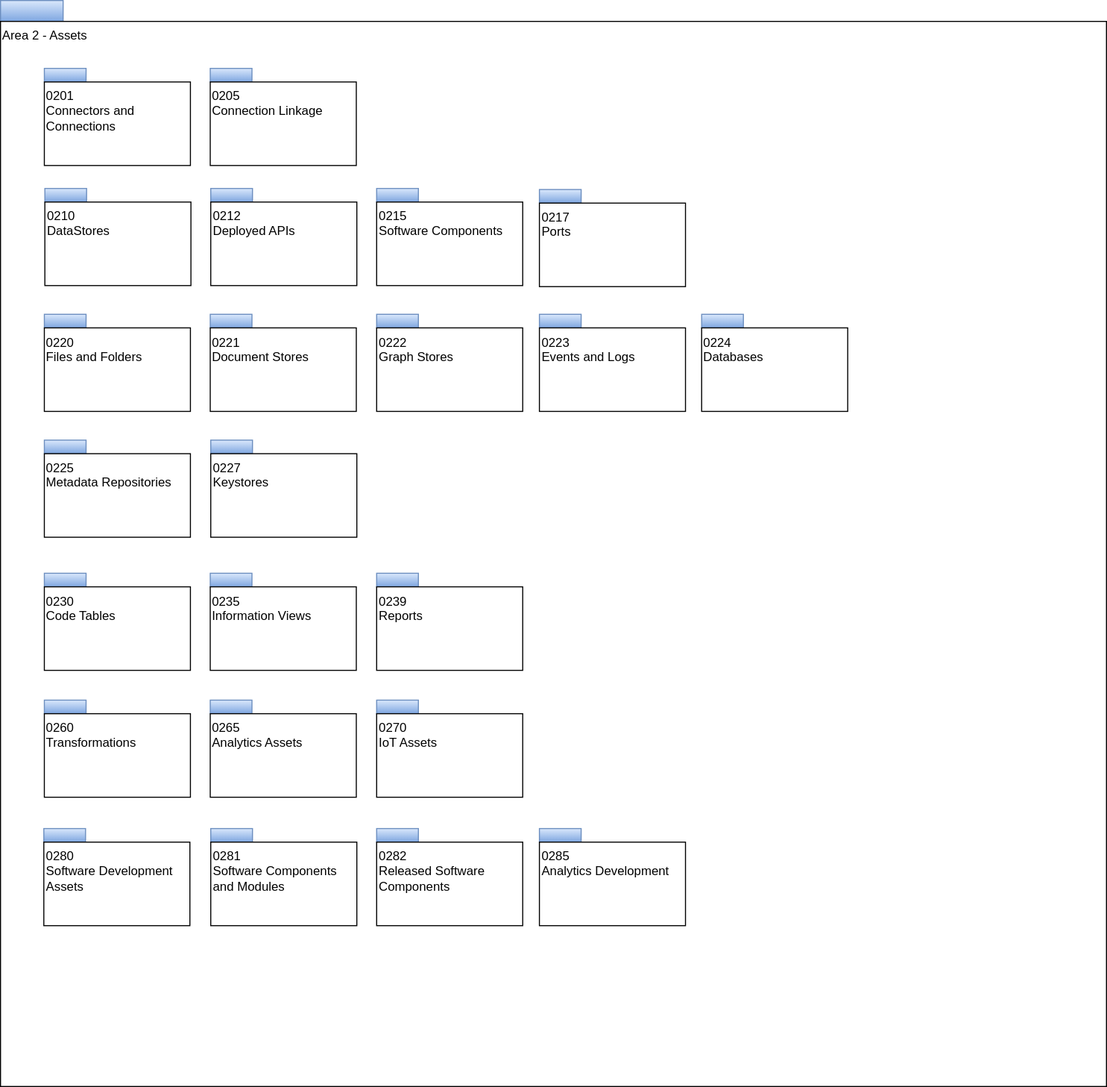
The draw.io diagram site/docs/types/2/area-2-assets-overview.svg in odpi/egeria-docs, before a commit. Source tidied: cells renumbered, new cells last; positions are measured from the earlier drawing's top-left corner, leaving out a move shared by most shapes. Its diagram source:
```xml
<mxGraphModel>
  <root>
    <mxCell id="0" />
    <mxCell id="1" parent="0" />
    <mxCell id="2" style="rounded=0;whiteSpace=wrap;html=1;align=left;fillColor=#dae8fc;strokeColor=#6c8ebf;gradientColor=#7ea6e0;" parent="1" vertex="1">
      <mxGeometry width="60" height="20" as="geometry" />
    </mxCell>
    <mxCell id="3" value="Area 2 - Assets" style="rounded=0;whiteSpace=wrap;html=1;align=left;verticalAlign=top;" parent="1" vertex="1">
      <mxGeometry y="20" width="1060" height="1020" as="geometry" />
    </mxCell>
    <mxCell id="4" style="rounded=0;whiteSpace=wrap;html=1;align=left;fillColor=#dae8fc;strokeColor=#6c8ebf;gradientColor=#7ea6e0;" parent="1" vertex="1">
      <mxGeometry x="42" y="65" width="40" height="13" as="geometry" />
    </mxCell>
    <mxCell id="5" value="0201&lt;br&gt;Connectors and Connections" style="rounded=0;whiteSpace=wrap;html=1;align=left;verticalAlign=top;" parent="1" vertex="1">
      <mxGeometry x="42" y="78" width="140" height="80" as="geometry" />
    </mxCell>
    <mxCell id="6" style="rounded=0;whiteSpace=wrap;html=1;align=left;fillColor=#dae8fc;strokeColor=#6c8ebf;gradientColor=#7ea6e0;" parent="1" vertex="1">
      <mxGeometry x="201" y="65" width="40" height="13" as="geometry" />
    </mxCell>
    <mxCell id="7" value="0205&lt;br&gt;Connection Linkage" style="rounded=0;whiteSpace=wrap;html=1;align=left;verticalAlign=top;" parent="1" vertex="1">
      <mxGeometry x="201" y="78" width="140" height="80" as="geometry" />
    </mxCell>
    <mxCell id="8" style="rounded=0;whiteSpace=wrap;html=1;align=left;fillColor=#dae8fc;strokeColor=#6c8ebf;gradientColor=#7ea6e0;" parent="1" vertex="1">
      <mxGeometry x="360.5" y="180" width="40" height="13" as="geometry" />
    </mxCell>
    <mxCell id="9" value="0215&lt;br&gt;Software Components&lt;br&gt;" style="rounded=0;whiteSpace=wrap;html=1;align=left;verticalAlign=top;" parent="1" vertex="1">
      <mxGeometry x="360.5" y="193" width="140" height="80" as="geometry" />
    </mxCell>
    <mxCell id="10" style="rounded=0;whiteSpace=wrap;html=1;align=left;fillColor=#dae8fc;strokeColor=#6c8ebf;gradientColor=#7ea6e0;" parent="1" vertex="1">
      <mxGeometry x="516.5" y="181" width="40" height="13" as="geometry" />
    </mxCell>
    <mxCell id="11" value="0217&lt;br&gt;Ports" style="rounded=0;whiteSpace=wrap;html=1;align=left;verticalAlign=top;" parent="1" vertex="1">
      <mxGeometry x="516.5" y="194" width="140" height="80" as="geometry" />
    </mxCell>
    <mxCell id="12" style="rounded=0;whiteSpace=wrap;html=1;align=left;fillColor=#dae8fc;strokeColor=#6c8ebf;gradientColor=#7ea6e0;" parent="1" vertex="1">
      <mxGeometry x="42.5" y="180" width="40" height="13" as="geometry" />
    </mxCell>
    <mxCell id="13" value="0210&lt;br&gt;DataStores&lt;br&gt;" style="rounded=0;whiteSpace=wrap;html=1;align=left;verticalAlign=top;" parent="1" vertex="1">
      <mxGeometry x="42.5" y="193" width="140" height="80" as="geometry" />
    </mxCell>
    <mxCell id="14" style="rounded=0;whiteSpace=wrap;html=1;align=left;fillColor=#dae8fc;strokeColor=#6c8ebf;gradientColor=#7ea6e0;" parent="1" vertex="1">
      <mxGeometry x="201.5" y="180" width="40" height="13" as="geometry" />
    </mxCell>
    <mxCell id="15" value="0212&lt;br&gt;Deployed APIs&lt;br&gt;" style="rounded=0;whiteSpace=wrap;html=1;align=left;verticalAlign=top;" parent="1" vertex="1">
      <mxGeometry x="201.5" y="193" width="140" height="80" as="geometry" />
    </mxCell>
    <mxCell id="16" style="rounded=0;whiteSpace=wrap;html=1;align=left;fillColor=#dae8fc;strokeColor=#6c8ebf;gradientColor=#7ea6e0;" parent="1" vertex="1">
      <mxGeometry x="201" y="300.5" width="40" height="13" as="geometry" />
    </mxCell>
    <mxCell id="17" value="0221&lt;br&gt;Document Stores&lt;br&gt;" style="rounded=0;whiteSpace=wrap;html=1;align=left;verticalAlign=top;" parent="1" vertex="1">
      <mxGeometry x="201" y="313.5" width="140" height="80" as="geometry" />
    </mxCell>
    <mxCell id="18" style="rounded=0;whiteSpace=wrap;html=1;align=left;fillColor=#dae8fc;strokeColor=#6c8ebf;gradientColor=#7ea6e0;" parent="1" vertex="1">
      <mxGeometry x="42" y="421" width="40" height="13" as="geometry" />
    </mxCell>
    <mxCell id="19" value="0225&lt;br&gt;Metadata Repositories&lt;br&gt;" style="rounded=0;whiteSpace=wrap;html=1;align=left;verticalAlign=top;" parent="1" vertex="1">
      <mxGeometry x="42" y="434" width="140" height="80" as="geometry" />
    </mxCell>
    <mxCell id="20" style="rounded=0;whiteSpace=wrap;html=1;align=left;fillColor=#dae8fc;strokeColor=#6c8ebf;gradientColor=#7ea6e0;" parent="1" vertex="1">
      <mxGeometry x="201.5" y="421" width="40" height="13" as="geometry" />
    </mxCell>
    <mxCell id="21" value="0227&lt;br&gt;Keystores&lt;br&gt;" style="rounded=0;whiteSpace=wrap;html=1;align=left;verticalAlign=top;" parent="1" vertex="1">
      <mxGeometry x="201.5" y="434" width="140" height="80" as="geometry" />
    </mxCell>
    <mxCell id="22" style="rounded=0;whiteSpace=wrap;html=1;align=left;fillColor=#dae8fc;strokeColor=#6c8ebf;gradientColor=#7ea6e0;" parent="1" vertex="1">
      <mxGeometry x="360.5" y="300.5" width="40" height="13" as="geometry" />
    </mxCell>
    <mxCell id="23" value="0222&lt;br&gt;Graph Stores&lt;br&gt;" style="rounded=0;whiteSpace=wrap;html=1;align=left;verticalAlign=top;" parent="1" vertex="1">
      <mxGeometry x="360.5" y="313.5" width="140" height="80" as="geometry" />
    </mxCell>
    <mxCell id="24" style="rounded=0;whiteSpace=wrap;html=1;align=left;fillColor=#dae8fc;strokeColor=#6c8ebf;gradientColor=#7ea6e0;" parent="1" vertex="1">
      <mxGeometry x="516.5" y="300.5" width="40" height="13" as="geometry" />
    </mxCell>
    <mxCell id="25" value="0223&lt;br&gt;Events and Logs&lt;br&gt;" style="rounded=0;whiteSpace=wrap;html=1;align=left;verticalAlign=top;" parent="1" vertex="1">
      <mxGeometry x="516.5" y="313.5" width="140" height="80" as="geometry" />
    </mxCell>
    <mxCell id="26" style="rounded=0;whiteSpace=wrap;html=1;align=left;fillColor=#dae8fc;strokeColor=#6c8ebf;gradientColor=#7ea6e0;" parent="1" vertex="1">
      <mxGeometry x="42" y="548.5" width="40" height="13" as="geometry" />
    </mxCell>
    <mxCell id="27" value="0230&lt;br&gt;Code Tables&lt;br&gt;" style="rounded=0;whiteSpace=wrap;html=1;align=left;verticalAlign=top;" parent="1" vertex="1">
      <mxGeometry x="42" y="561.5" width="140" height="80" as="geometry" />
    </mxCell>
    <mxCell id="28" style="rounded=0;whiteSpace=wrap;html=1;align=left;fillColor=#dae8fc;strokeColor=#6c8ebf;gradientColor=#7ea6e0;" parent="1" vertex="1">
      <mxGeometry x="201" y="548.5" width="40" height="13" as="geometry" />
    </mxCell>
    <mxCell id="29" value="0235&lt;br&gt;Information Views&lt;br&gt;" style="rounded=0;whiteSpace=wrap;html=1;align=left;verticalAlign=top;" parent="1" vertex="1">
      <mxGeometry x="201" y="561.5" width="140" height="80" as="geometry" />
    </mxCell>
    <mxCell id="30" style="rounded=0;whiteSpace=wrap;html=1;align=left;fillColor=#dae8fc;strokeColor=#6c8ebf;gradientColor=#7ea6e0;" parent="1" vertex="1">
      <mxGeometry x="672" y="300.5" width="40" height="13" as="geometry" />
    </mxCell>
    <mxCell id="31" value="0224&lt;br&gt;Databases&lt;br&gt;" style="rounded=0;whiteSpace=wrap;html=1;align=left;verticalAlign=top;" parent="1" vertex="1">
      <mxGeometry x="672" y="313.5" width="140" height="80" as="geometry" />
    </mxCell>
    <mxCell id="32" style="rounded=0;whiteSpace=wrap;html=1;align=left;fillColor=#dae8fc;strokeColor=#6c8ebf;gradientColor=#7ea6e0;" parent="1" vertex="1">
      <mxGeometry x="42" y="300.5" width="40" height="13" as="geometry" />
    </mxCell>
    <mxCell id="33" value="0220&lt;br&gt;Files and Folders&lt;br&gt;" style="rounded=0;whiteSpace=wrap;html=1;align=left;verticalAlign=top;" parent="1" vertex="1">
      <mxGeometry x="42" y="313.5" width="140" height="80" as="geometry" />
    </mxCell>
    <mxCell id="34" style="rounded=0;whiteSpace=wrap;html=1;align=left;fillColor=#dae8fc;strokeColor=#6c8ebf;gradientColor=#7ea6e0;" parent="1" vertex="1">
      <mxGeometry x="360.5" y="548.5" width="40" height="13" as="geometry" />
    </mxCell>
    <mxCell id="35" value="0239&lt;br&gt;Reports&lt;br&gt;" style="rounded=0;whiteSpace=wrap;html=1;align=left;verticalAlign=top;" parent="1" vertex="1">
      <mxGeometry x="360.5" y="561.5" width="140" height="80" as="geometry" />
    </mxCell>
    <mxCell id="36" style="rounded=0;whiteSpace=wrap;html=1;align=left;fillColor=#dae8fc;strokeColor=#6c8ebf;gradientColor=#7ea6e0;" parent="1" vertex="1">
      <mxGeometry x="201" y="670" width="40" height="13" as="geometry" />
    </mxCell>
    <mxCell id="37" value="0265&lt;br&gt;Analytics Assets&lt;br&gt;" style="rounded=0;whiteSpace=wrap;html=1;align=left;verticalAlign=top;" parent="1" vertex="1">
      <mxGeometry x="201" y="683" width="140" height="80" as="geometry" />
    </mxCell>
    <mxCell id="38" style="rounded=0;whiteSpace=wrap;html=1;align=left;fillColor=#dae8fc;strokeColor=#6c8ebf;gradientColor=#7ea6e0;" parent="1" vertex="1">
      <mxGeometry x="360.5" y="670" width="40" height="13" as="geometry" />
    </mxCell>
    <mxCell id="39" value="0270&lt;br&gt;IoT Assets&lt;br&gt;" style="rounded=0;whiteSpace=wrap;html=1;align=left;verticalAlign=top;" parent="1" vertex="1">
      <mxGeometry x="360.5" y="683" width="140" height="80" as="geometry" />
    </mxCell>
    <mxCell id="40" style="rounded=0;whiteSpace=wrap;html=1;align=left;fillColor=#dae8fc;strokeColor=#6c8ebf;gradientColor=#7ea6e0;" parent="1" vertex="1">
      <mxGeometry x="41.5" y="793" width="40" height="13" as="geometry" />
    </mxCell>
    <mxCell id="41" value="0280&lt;br&gt;Software Development Assets&lt;br&gt;" style="rounded=0;whiteSpace=wrap;html=1;align=left;verticalAlign=top;" parent="1" vertex="1">
      <mxGeometry x="41.5" y="806" width="140" height="80" as="geometry" />
    </mxCell>
    <mxCell id="42" style="rounded=0;whiteSpace=wrap;html=1;align=left;fillColor=#dae8fc;strokeColor=#6c8ebf;gradientColor=#7ea6e0;" parent="1" vertex="1">
      <mxGeometry x="42" y="670" width="40" height="13" as="geometry" />
    </mxCell>
    <mxCell id="43" value="0260&lt;br&gt;Transformations&lt;br&gt;" style="rounded=0;whiteSpace=wrap;html=1;align=left;verticalAlign=top;" parent="1" vertex="1">
      <mxGeometry x="42" y="683" width="140" height="80" as="geometry" />
    </mxCell>
    <mxCell id="44" style="rounded=0;whiteSpace=wrap;html=1;align=left;fillColor=#dae8fc;strokeColor=#6c8ebf;gradientColor=#7ea6e0;" parent="1" vertex="1">
      <mxGeometry x="201.5" y="793" width="40" height="13" as="geometry" />
    </mxCell>
    <mxCell id="45" value="0281&lt;br&gt;Software Components and Modules" style="rounded=0;whiteSpace=wrap;html=1;align=left;verticalAlign=top;" parent="1" vertex="1">
      <mxGeometry x="201.5" y="806" width="140" height="80" as="geometry" />
    </mxCell>
    <mxCell id="46" style="rounded=0;whiteSpace=wrap;html=1;align=left;fillColor=#dae8fc;strokeColor=#6c8ebf;gradientColor=#7ea6e0;" parent="1" vertex="1">
      <mxGeometry x="360.5" y="793" width="40" height="13" as="geometry" />
    </mxCell>
    <mxCell id="47" value="0282&lt;br&gt;Released Software Components" style="rounded=0;whiteSpace=wrap;html=1;align=left;verticalAlign=top;" parent="1" vertex="1">
      <mxGeometry x="360.5" y="806" width="140" height="80" as="geometry" />
    </mxCell>
    <mxCell id="48" style="rounded=0;whiteSpace=wrap;html=1;align=left;fillColor=#dae8fc;strokeColor=#6c8ebf;gradientColor=#7ea6e0;" parent="1" vertex="1">
      <mxGeometry x="516.5" y="793" width="40" height="13" as="geometry" />
    </mxCell>
    <mxCell id="49" value="0285&lt;br&gt;Analytics Development" style="rounded=0;whiteSpace=wrap;html=1;align=left;verticalAlign=top;" parent="1" vertex="1">
      <mxGeometry x="516.5" y="806" width="140" height="80" as="geometry" />
    </mxCell>
  </root>
</mxGraphModel>
```
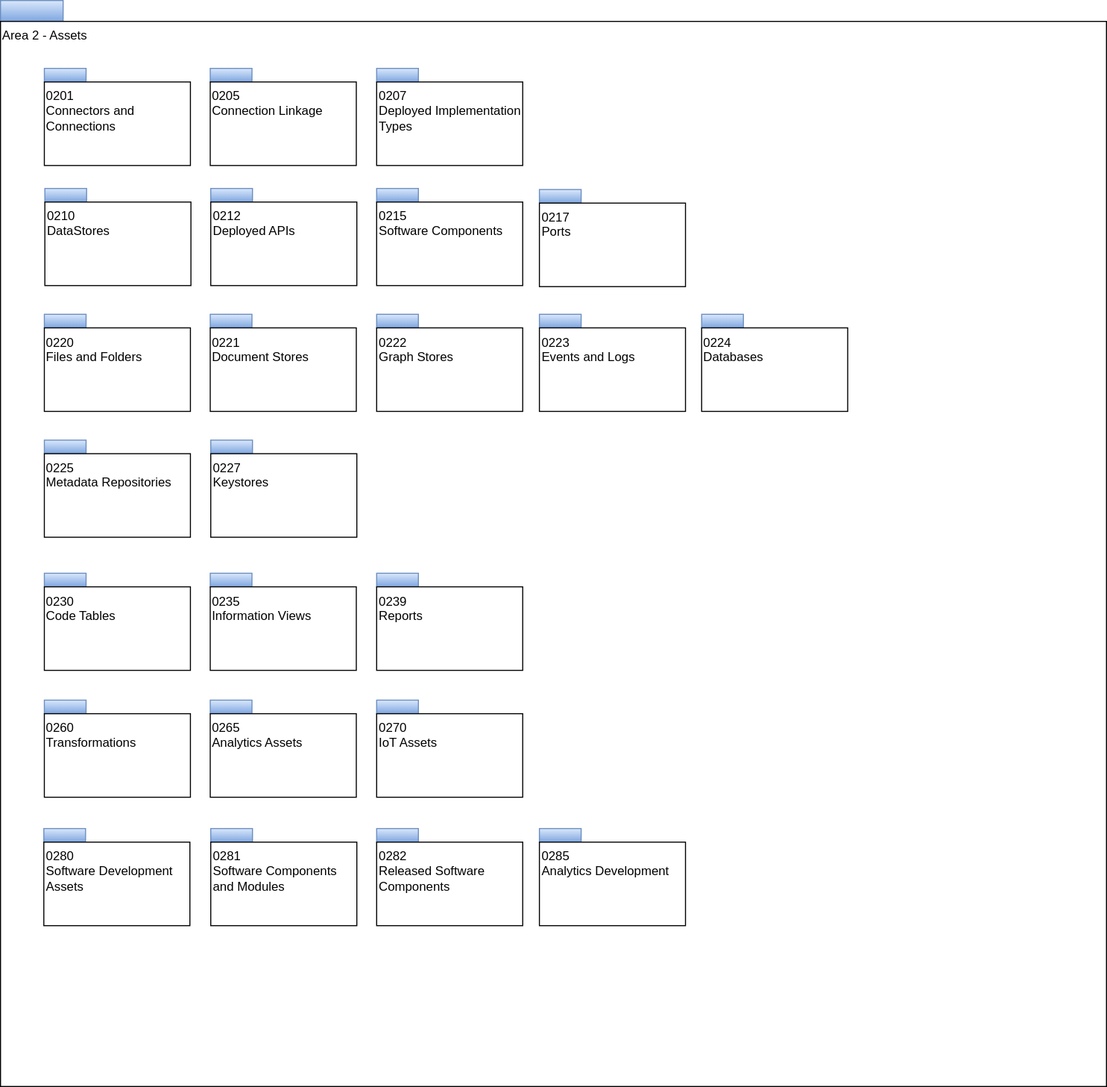
Later version of the same file.

What changed in the source:
```diff
@@ -146,5 +146,11 @@
     <mxCell id="49" value="0285&lt;br&gt;Analytics Development" style="rounded=0;whiteSpace=wrap;html=1;align=left;verticalAlign=top;" parent="1" vertex="1">
       <mxGeometry x="516.5" y="806" width="140" height="80" as="geometry" />
     </mxCell>
+    <mxCell id="50" style="rounded=0;whiteSpace=wrap;html=1;align=left;fillColor=#dae8fc;strokeColor=#6c8ebf;gradientColor=#7ea6e0;" parent="1" vertex="1">
+      <mxGeometry x="360.5" y="65" width="40" height="13" as="geometry" />
+    </mxCell>
+    <mxCell id="51" value="0207&lt;br&gt;Deployed Implementation Types" style="rounded=0;whiteSpace=wrap;html=1;align=left;verticalAlign=top;" parent="1" vertex="1">
+      <mxGeometry x="360.5" y="78" width="140" height="80" as="geometry" />
+    </mxCell>
   </root>
 </mxGraphModel>
```
